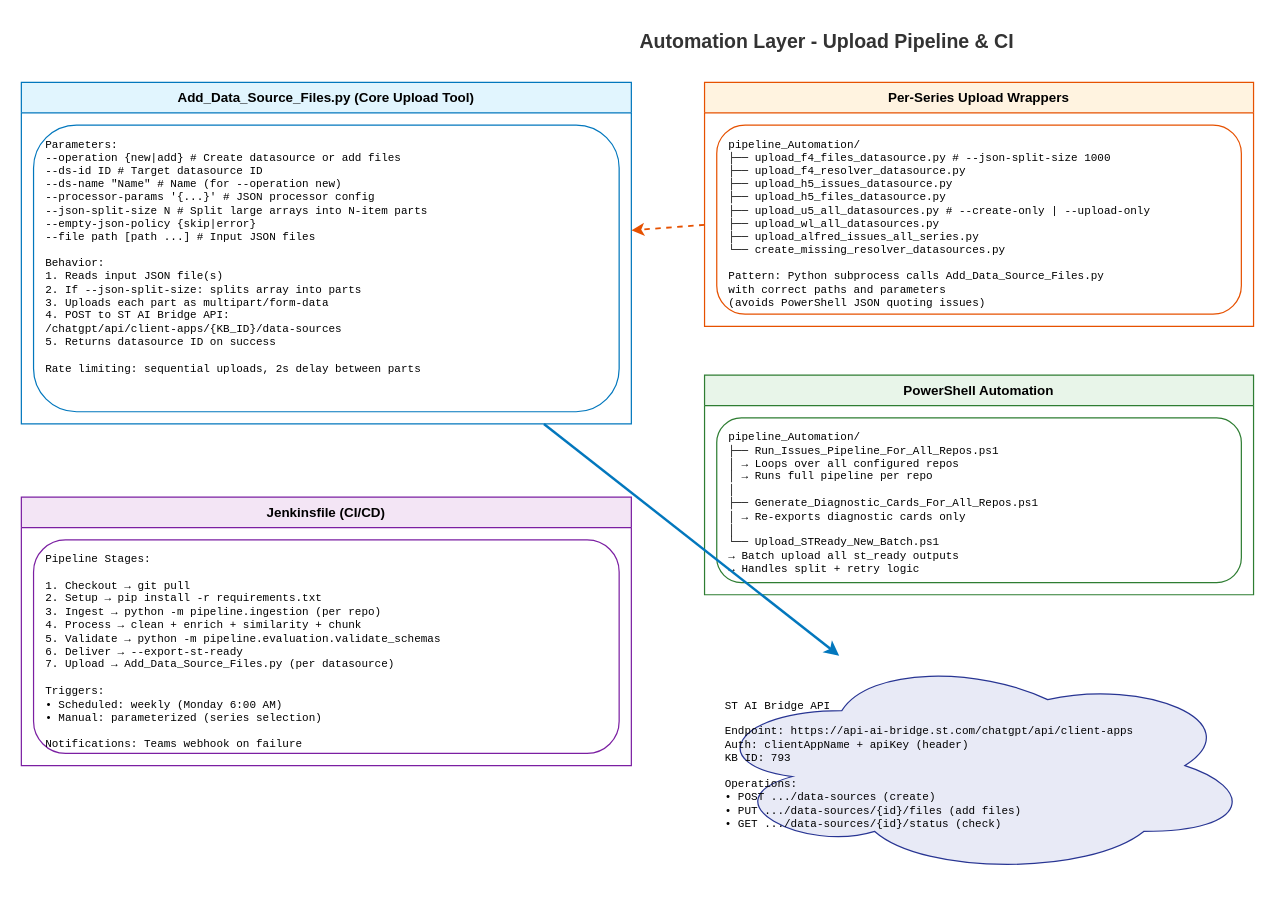
Earlier version of the draw.io diagram docs/diagrams/technical/06_automation_ci_upload.drawio (ALABSTM/stm32cube-gh-kb-pipeline). Source tidied: cells renumbered, new cells numbered last; positions are measured from the earlier drawing's top-left corner, leaving out a move shared by most shapes. Both pictures are drawn from the tidied source at 122%, with x=0, y=0 at pixel (21, 21).
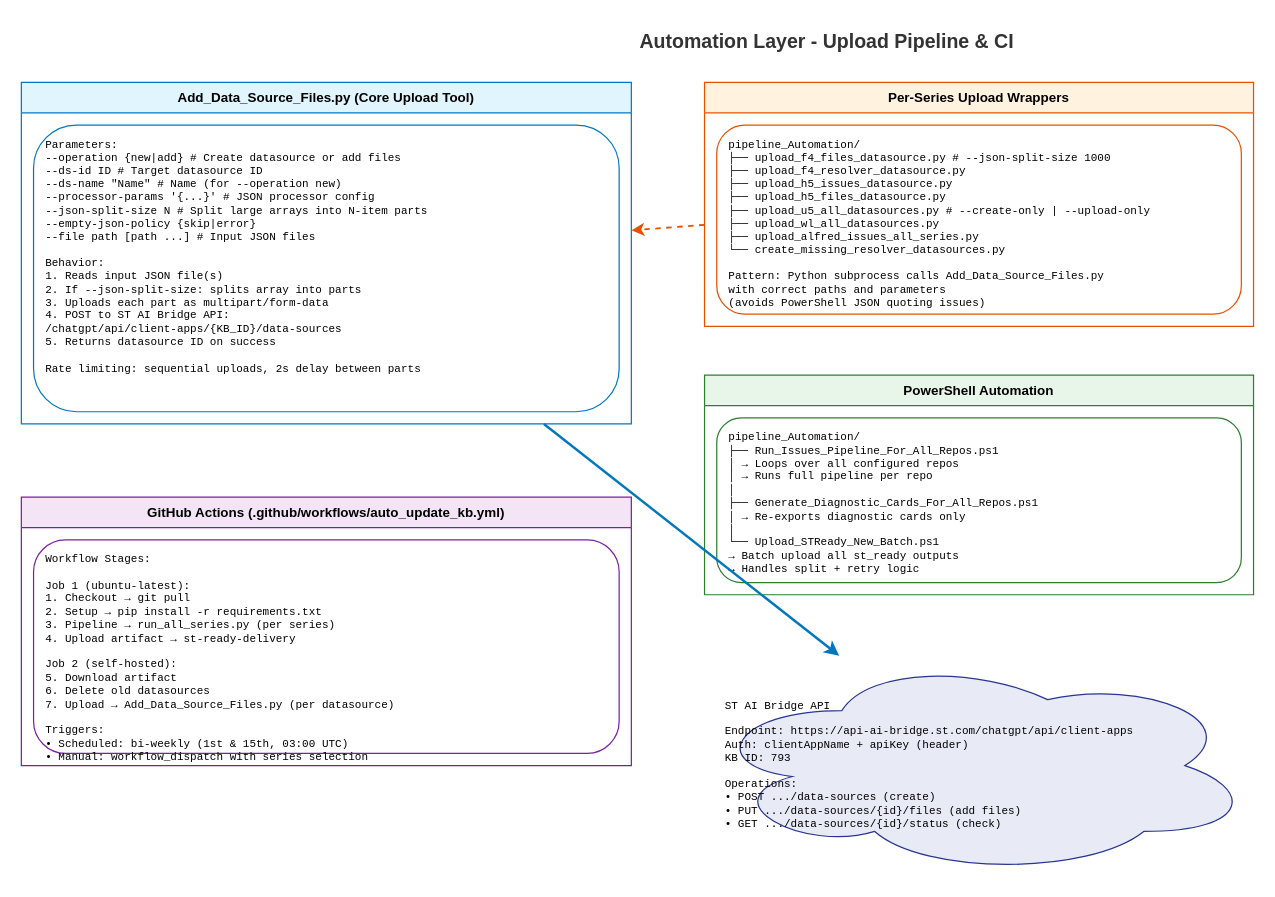
Above is the later version.

The edit, as a diff of the source:
```diff
@@
 <mxGraphModel>
   <root>
     <mxCell id="0" />
     <mxCell id="1" parent="0" />
     <mxCell id="2" value="Automation Layer - Upload Pipeline &amp; CI" style="text;html=1;align=center;fontSize=16;fontStyle=1;fontColor=#333;" parent="1" vertex="1">
       <mxGeometry x="410" width="500" height="30" as="geometry" />
     </mxCell>
     <mxCell id="3" value="Add_Data_Source_Files.py (Core Upload Tool)" style="swimlane;startSize=25;fillColor=#e1f5fe;strokeColor=#0277bd;fontSize=11;fontStyle=1;" parent="1" vertex="1">
       <mxGeometry y="50" width="500" height="280" as="geometry" />
     </mxCell>
     <mxCell id="4" value="Parameters:&#10;  --operation {new|add}        # Create datasource or add files&#10;  --ds-id ID                   # Target datasource ID&#10;  --ds-name &quot;Name&quot;             # Name (for --operation new)&#10;  --processor-params '{...}'   # JSON processor config&#10;  --json-split-size N          # Split large arrays into N-item parts&#10;  --empty-json-policy {skip|error}&#10;  --file path [path ...]       # Input JSON files&#10;&#10;Behavior:&#10;  1. Reads input JSON file(s)&#10;  2. If --json-split-size: splits array into parts&#10;  3. Uploads each part as multipart/form-data&#10;  4. POST to ST AI Bridge API:&#10;     /chatgpt/api/client-apps/{KB_ID}/data-sources&#10;  5. Returns datasource ID on success&#10;&#10;Rate limiting: sequential uploads, 2s delay between parts" style="rounded=1;whiteSpace=wrap;html=1;fillColor=#fff;strokeColor=#0277bd;fontSize=9;fontFamily=Courier New;align=left;spacingLeft=8;verticalAlign=top;spacingTop=5;" parent="3" vertex="1">
       <mxGeometry x="10" y="35" width="480" height="235" as="geometry" />
     </mxCell>
     <mxCell id="5" value="Per-Series Upload Wrappers" style="swimlane;startSize=25;fillColor=#fff3e0;strokeColor=#e65100;fontSize=11;fontStyle=1;" parent="1" vertex="1">
       <mxGeometry x="560" y="50" width="450" height="200" as="geometry" />
     </mxCell>
     <mxCell id="6" value="pipeline_Automation/&#10;├── upload_f4_files_datasource.py     # --json-split-size 1000&#10;├── upload_f4_resolver_datasource.py&#10;├── upload_h5_issues_datasource.py&#10;├── upload_h5_files_datasource.py&#10;├── upload_u5_all_datasources.py      # --create-only | --upload-only&#10;├── upload_wl_all_datasources.py&#10;├── upload_alfred_issues_all_series.py&#10;└── create_missing_resolver_datasources.py&#10;&#10;Pattern: Python subprocess calls Add_Data_Source_Files.py&#10;         with correct paths and parameters&#10;         (avoids PowerShell JSON quoting issues)" style="rounded=1;whiteSpace=wrap;html=1;fillColor=#fff;strokeColor=#e65100;fontSize=9;fontFamily=Courier New;align=left;spacingLeft=8;verticalAlign=top;spacingTop=5;" parent="5" vertex="1">
       <mxGeometry x="10" y="35" width="430" height="155" as="geometry" />
     </mxCell>
     <mxCell id="7" value="PowerShell Automation" style="swimlane;startSize=25;fillColor=#e8f5e9;strokeColor=#2e7d32;fontSize=11;fontStyle=1;" parent="1" vertex="1">
       <mxGeometry x="560" y="290" width="450" height="180" as="geometry" />
     </mxCell>
     <mxCell id="8" value="pipeline_Automation/&#10;├── Run_Issues_Pipeline_For_All_Repos.ps1&#10;│   → Loops over all configured repos&#10;│   → Runs full pipeline per repo&#10;│&#10;├── Generate_Diagnostic_Cards_For_All_Repos.ps1&#10;│   → Re-exports diagnostic cards only&#10;│&#10;└── Upload_STReady_New_Batch.ps1&#10;    → Batch upload all st_ready outputs&#10;    → Handles split + retry logic" style="rounded=1;whiteSpace=wrap;html=1;fillColor=#fff;strokeColor=#2e7d32;fontSize=9;fontFamily=Courier New;align=left;spacingLeft=8;verticalAlign=top;spacingTop=5;" parent="7" vertex="1">
       <mxGeometry x="10" y="35" width="430" height="135" as="geometry" />
     </mxCell>
-    <mxCell id="9" value="Jenkinsfile (CI/CD)" style="swimlane;startSize=25;fillColor=#f3e5f5;strokeColor=#7b1fa2;fontSize=11;fontStyle=1;" parent="1" vertex="1">
-      <mxGeometry y="390" width="500" height="220" as="geometry" />
-    </mxCell>
-    <mxCell id="10" value="Pipeline Stages:&#10;&#10;1. Checkout → git pull&#10;2. Setup → pip install -r requirements.txt&#10;3. Ingest → python -m pipeline.ingestion (per repo)&#10;4. Process → clean + enrich + similarity + chunk&#10;5. Validate → python -m pipeline.evaluation.validate_schemas&#10;6. Deliver → --export-st-ready&#10;7. Upload → Add_Data_Source_Files.py (per datasource)&#10;&#10;Triggers:&#10;• Scheduled: weekly (Monday 6:00 AM)&#10;• Manual: parameterized (series selection)&#10;&#10;Notifications: Teams webhook on failure" style="rounded=1;whiteSpace=wrap;html=1;fillColor=#fff;strokeColor=#7b1fa2;fontSize=9;fontFamily=Courier New;align=left;spacingLeft=8;verticalAlign=top;spacingTop=5;" parent="9" vertex="1">
-      <mxGeometry x="10" y="35" width="480" height="175" as="geometry" />
-    </mxCell>
+    <mxCell id="14" value="GitHub Actions (.github/workflows/auto_update_kb.yml)" style="swimlane;startSize=25;fillColor=#f3e5f5;strokeColor=#7b1fa2;fontSize=11;fontStyle=1;" parent="1" vertex="1">
+      <mxGeometry y="390" width="500" height="220" as="geometry" />
+    </mxCell>
+    <mxCell id="15" value="Workflow Stages:&#10;&#10;Job 1 (ubuntu-latest):&#10;1. Checkout → git pull&#10;2. Setup → pip install -r requirements.txt&#10;3. Pipeline → run_all_series.py (per series)&#10;4. Upload artifact → st-ready-delivery&#10;&#10;Job 2 (self-hosted):&#10;5. Download artifact&#10;6. Delete old datasources&#10;7. Upload → Add_Data_Source_Files.py (per datasource)&#10;&#10;Triggers:&#10;• Scheduled: bi-weekly (1st &amp; 15th, 03:00 UTC)&#10;• Manual: workflow_dispatch with series selection" style="rounded=1;whiteSpace=wrap;html=1;fillColor=#fff;strokeColor=#7b1fa2;fontSize=9;fontFamily=Courier New;align=left;spacingLeft=8;verticalAlign=top;spacingTop=5;" parent="14" vertex="1">
+      <mxGeometry x="10" y="35" width="480" height="175" as="geometry" />
+    </mxCell>
     <mxCell id="11" value="ST AI Bridge API&#10;&#10;Endpoint: https://api-ai-bridge.st.com/chatgpt/api/client-apps&#10;Auth: clientAppName + apiKey (header)&#10;KB ID: 793&#10;&#10;Operations:&#10;• POST .../data-sources (create)&#10;• PUT .../data-sources/{id}/files (add files)&#10;• GET .../data-sources/{id}/status (check)" style="shape=cloud;whiteSpace=wrap;html=1;fillColor=#e8eaf6;strokeColor=#283593;fontSize=9;fontFamily=Courier New;align=left;spacingLeft=15;verticalAlign=middle;" parent="1" vertex="1">
       <mxGeometry x="560" y="520" width="450" height="180" as="geometry" />
     </mxCell>
     <mxCell id="12" style="strokeWidth=2;strokeColor=#0277bd;" parent="1" edge="1" source="3" target="11">
       <mxGeometry relative="1" as="geometry" />
     </mxCell>
     <mxCell id="13" style="strokeWidth=1.5;strokeColor=#e65100;dashed=1;" parent="1" edge="1" source="5" target="3">
       <mxGeometry relative="1" as="geometry" />
     </mxCell>
   </root>
 </mxGraphModel>
```
